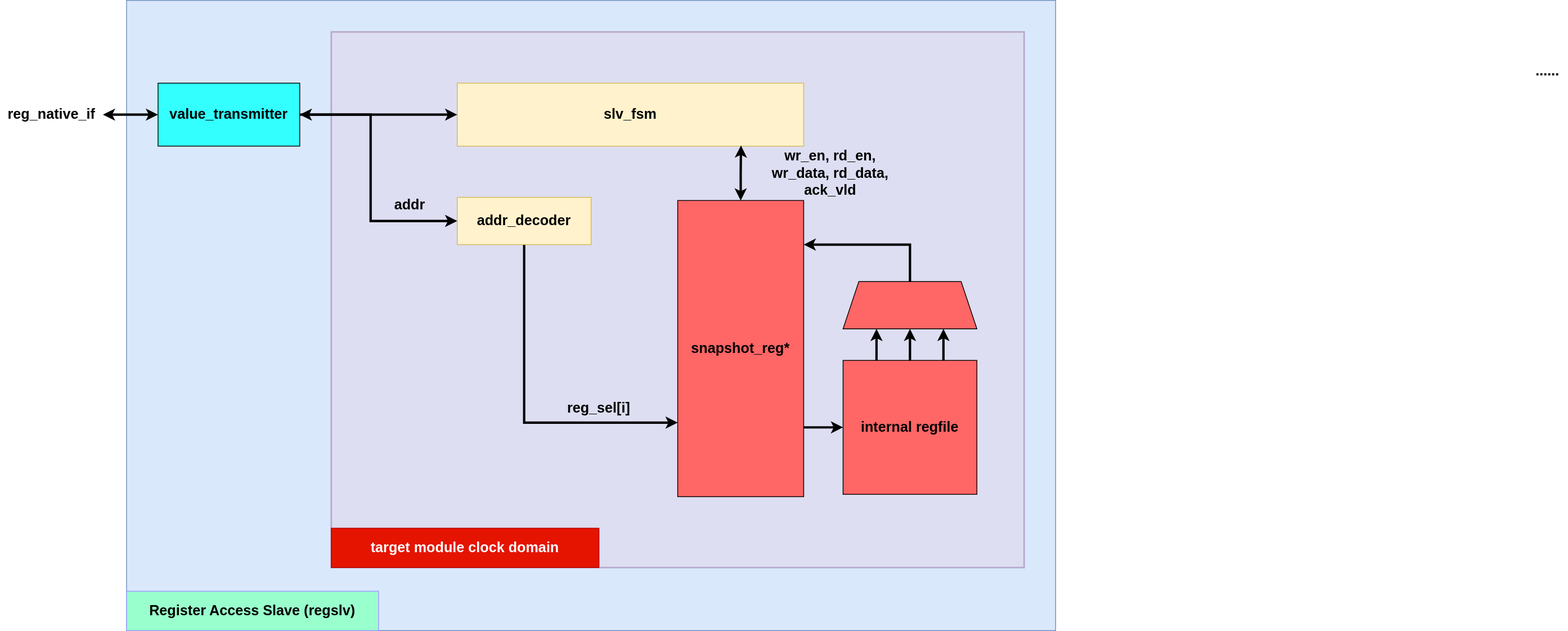
The draw.io diagram docs/pics/regslv_rtl_infra.svg in howsayhao/hj_reg_auto, before a commit. Source tidied: cells renumbered, new cells last; positions are measured from the earlier drawing's top-left corner, leaving out a move shared by most shapes.
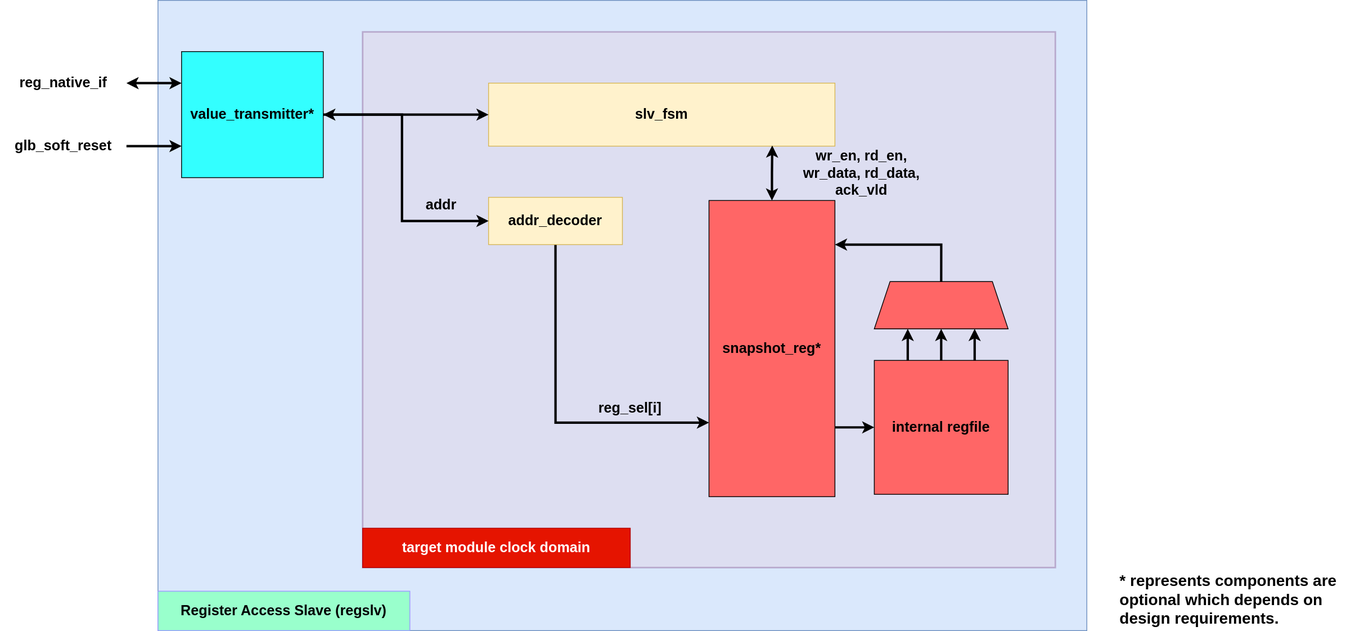
After the commit.

The edit, as a diff of the source:
```diff
@@ -59,9 +59,6 @@
     <mxCell id="18" value="&lt;b style=&quot;font-size: 18px;&quot;&gt;target module clock domain&lt;/b&gt;" style="rounded=0;whiteSpace=wrap;html=1;fillColor=#e51400;fontSize=18;strokeColor=#B20000;fontColor=#ffffff;" parent="1" vertex="1">
       <mxGeometry x="420" y="670" width="340" height="50" as="geometry" />
     </mxCell>
-    <mxCell id="19" value="&lt;b style=&quot;font-size: 18px;&quot;&gt;......&lt;/b&gt;" style="text;html=1;strokeColor=none;fillColor=none;align=center;verticalAlign=middle;whiteSpace=wrap;rounded=0;fontSize=18;" parent="1" vertex="1">
-      <mxGeometry x="1940" y="80" width="50" height="20" as="geometry" />
-    </mxCell>
     <mxCell id="20" style="edgeStyle=orthogonalEdgeStyle;rounded=0;html=1;exitX=1;exitY=0.5;exitDx=0;exitDy=0;entryX=0;entryY=0.5;entryDx=0;entryDy=0;strokeWidth=3;startArrow=classic;startFill=1;fontSize=18;" parent="1" edge="1" source="22" target="4">
       <mxGeometry relative="1" as="geometry" />
     </mxCell>
@@ -73,14 +70,14 @@
         </Array>
       </mxGeometry>
     </mxCell>
-    <mxCell id="22" value="&lt;b style=&quot;font-size: 18px;&quot;&gt;value_transmitter&lt;/b&gt;" style="rounded=0;whiteSpace=wrap;html=1;fontColor=#000000;fillColor=#33FFFF;fontSize=18;" parent="1" vertex="1">
-      <mxGeometry x="200" y="105" width="180" height="80" as="geometry" />
+    <mxCell id="22" value="&lt;b style=&quot;font-size: 18px&quot;&gt;value_transmitter*&lt;/b&gt;" style="rounded=0;whiteSpace=wrap;html=1;fontColor=#000000;fillColor=#33FFFF;fontSize=18;" parent="1" vertex="1">
+      <mxGeometry x="190" y="65" width="180" height="160" as="geometry" />
     </mxCell>
-    <mxCell id="23" style="edgeStyle=orthogonalEdgeStyle;rounded=0;html=1;exitX=1;exitY=0.5;exitDx=0;exitDy=0;entryX=0;entryY=0.5;entryDx=0;entryDy=0;strokeWidth=3;startArrow=classic;startFill=1;fontSize=18;" parent="1" edge="1" source="24" target="22">
+    <mxCell id="23" style="edgeStyle=orthogonalEdgeStyle;rounded=0;html=1;exitX=1;exitY=0.5;exitDx=0;exitDy=0;entryX=0;entryY=0.25;entryDx=0;entryDy=0;strokeWidth=3;startArrow=classic;startFill=1;fontSize=18;" parent="1" edge="1" source="24" target="22">
       <mxGeometry relative="1" as="geometry" />
     </mxCell>
     <mxCell id="24" value="&lt;b style=&quot;font-size: 18px;&quot;&gt;reg_native_if&lt;/b&gt;&lt;b style=&quot;font-size: 18px;&quot;&gt;&lt;br style=&quot;font-size: 18px;&quot;&gt;&lt;/b&gt;" style="text;html=1;strokeColor=none;fillColor=none;align=center;verticalAlign=middle;whiteSpace=wrap;rounded=0;fontSize=18;fontColor=#000000;" parent="1" vertex="1">
-      <mxGeometry y="125" width="130" height="40" as="geometry" />
+      <mxGeometry x="-40" y="90" width="160" height="30" as="geometry" />
     </mxCell>
     <mxCell id="25" value="&lt;b style=&quot;font-size: 18px;&quot;&gt;addr&lt;/b&gt;" style="text;html=1;strokeColor=none;fillColor=none;align=center;verticalAlign=middle;whiteSpace=wrap;rounded=0;fontSize=18;" parent="1" vertex="1">
       <mxGeometry x="470" y="240" width="100" height="40" as="geometry" />
@@ -88,5 +85,14 @@
     <mxCell id="26" value="&lt;b style=&quot;font-size: 18px;&quot;&gt;wr_en, rd_en,&lt;br style=&quot;font-size: 18px;&quot;&gt;wr_data, rd_data, ack_vld&lt;br style=&quot;font-size: 18px;&quot;&gt;&lt;/b&gt;" style="text;html=1;strokeColor=none;fillColor=none;align=center;verticalAlign=middle;whiteSpace=wrap;rounded=0;fontSize=18;" parent="1" vertex="1">
       <mxGeometry x="948" y="190" width="212" height="60" as="geometry" />
     </mxCell>
+    <mxCell id="27" value="&lt;b style=&quot;font-size: 20px&quot;&gt;* represents components are optional which depends on design requirements.&lt;/b&gt;" style="text;html=1;strokeColor=none;fillColor=none;align=left;verticalAlign=middle;whiteSpace=wrap;rounded=0;fontSize=20;fontColor=#000000;" parent="1" vertex="1">
+      <mxGeometry x="1380" y="720" width="300" height="80" as="geometry" />
+    </mxCell>
+    <mxCell id="28" style="edgeStyle=orthogonalEdgeStyle;rounded=0;html=1;exitX=1;exitY=0.5;exitDx=0;exitDy=0;entryX=0;entryY=0.75;entryDx=0;entryDy=0;strokeWidth=3;" parent="1" edge="1" source="29" target="22">
+      <mxGeometry relative="1" as="geometry" />
+    </mxCell>
+    <mxCell id="29" value="&lt;b style=&quot;font-size: 18px&quot;&gt;glb_soft_reset&lt;br style=&quot;font-size: 18px&quot;&gt;&lt;/b&gt;" style="text;html=1;strokeColor=none;fillColor=none;align=center;verticalAlign=middle;whiteSpace=wrap;rounded=0;fontSize=18;fontColor=#000000;" parent="1" vertex="1">
+      <mxGeometry x="-40" y="170" width="160" height="30" as="geometry" />
+    </mxCell>
   </root>
 </mxGraphModel>
```
